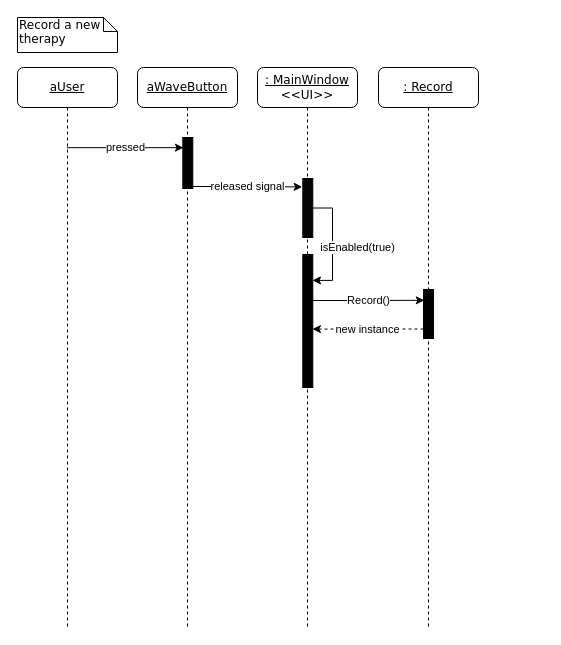
This is Documentation/record_therapy.drawio from Hall-Andrew/CESDEVICE-3004FinalProject, a draw.io file, before an edit. Source tidied: cells renumbered, new cells numbered last; positions are measured from the earlier drawing's top-left corner, leaving out a move shared by most shapes. Both pictures are drawn from the tidied source at 100%, with x=0, y=0 at pixel (17, 17).
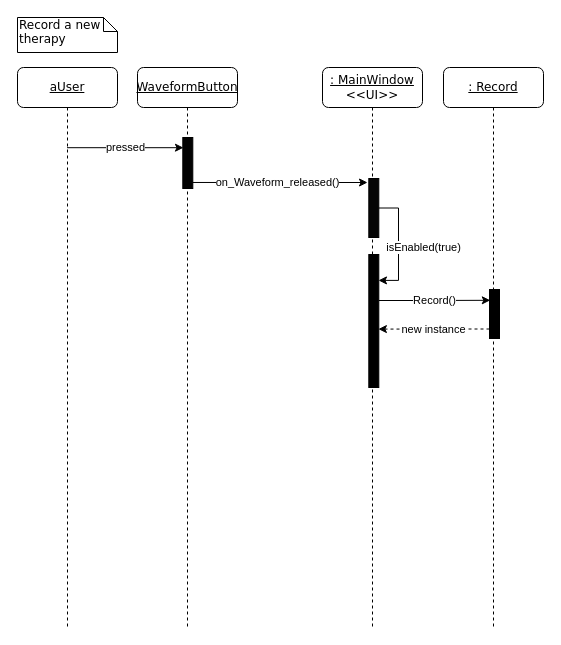
Above is the later version.

The change refers to these unchanged cells:
```xml
<mxCell id="8" style="html=1;points=[];perimeter=orthogonalPerimeter;rounded=0;shadow=0;comic=0;labelBackgroundColor=none;strokeWidth=1;fontFamily=Verdana;fontSize=12;align=center;strokeColor=#000000;fillColor=#030303;" parent="5" vertex="1">
  <mxGeometry x="45.3" y="70" width="10" height="51" as="geometry" />
</mxCell>
```

Change to the diagram source:
```diff
@@
     <mxCell id="2" value="&lt;u&gt;: MainWindow&lt;/u&gt;&lt;br&gt;&amp;lt;&amp;lt;UI&amp;gt;&amp;gt;" style="shape=umlLifeline;perimeter=lifelinePerimeter;whiteSpace=wrap;html=1;rounded=1;shadow=0;comic=0;labelBackgroundColor=none;strokeWidth=1;fontFamily=Verdana;fontSize=12;align=center;" parent="1" vertex="1">
-      <mxGeometry x="240" y="50" width="100" height="560" as="geometry" />
+      <mxGeometry x="305" y="50" width="100" height="560" as="geometry" />
     </mxCell>
@@
-    <mxCell id="5" value="&lt;u&gt;aWaveButton&lt;/u&gt;" style="shape=umlLifeline;perimeter=lifelinePerimeter;whiteSpace=wrap;html=1;rounded=1;shadow=0;comic=0;labelBackgroundColor=none;strokeWidth=1;fontFamily=Verdana;fontSize=12;align=center;" parent="1" vertex="1">
+    <mxCell id="5" value="&lt;u&gt;WaveformButton&lt;/u&gt;" style="shape=umlLifeline;perimeter=lifelinePerimeter;whiteSpace=wrap;html=1;rounded=1;shadow=0;comic=0;labelBackgroundColor=none;strokeWidth=1;fontFamily=Verdana;fontSize=12;align=center;" parent="1" vertex="1">
       <mxGeometry x="120" y="50" width="100" height="560" as="geometry" />
     </mxCell>
     <mxCell id="6" value="isEnabled(true)" style="edgeStyle=orthogonalEdgeStyle;rounded=0;orthogonalLoop=1;jettySize=auto;html=1;entryX=0.967;entryY=0.195;entryDx=0;entryDy=0;entryPerimeter=0;" parent="5" edge="1">
       <mxGeometry x="0.06" y="25" relative="1" as="geometry">
-        <mxPoint x="175.3" y="140.5" as="sourcePoint" />
-        <mxPoint x="175" y="212.9" as="targetPoint" />
+        <mxPoint x="241.3" y="140.5" as="sourcePoint" />
+        <mxPoint x="241" y="212.9" as="targetPoint" />
         <Array as="points">
-          <mxPoint x="195" y="140" />
-          <mxPoint x="195" y="213" />
+          <mxPoint x="261" y="140" />
+          <mxPoint x="261" y="213" />
         </Array>
       </mxGeometry>
     </mxCell>
     <mxCell id="7" style="html=1;perimeter=orthogonalPerimeter;rounded=0;shadow=0;comic=0;labelBackgroundColor=none;strokeWidth=1;fontFamily=Verdana;fontSize=12;align=center;fillColor=#050505;" parent="5" vertex="1">
-      <mxGeometry x="165.3" y="111" width="10" height="59" as="geometry" />
+      <mxGeometry x="231.3" y="111" width="10" height="59" as="geometry" />
     </mxCell>
@@
-    <mxCell id="9" value="released signal" style="edgeStyle=orthogonalEdgeStyle;rounded=0;orthogonalLoop=1;jettySize=auto;html=1;entryX=-0.06;entryY=0.067;entryDx=0;entryDy=0;entryPerimeter=0;" parent="5" edge="1">
-      <mxGeometry relative="1" as="geometry">
-        <mxPoint x="55.3" y="119" as="sourcePoint" />
-        <mxPoint x="164.7" y="119.4" as="targetPoint" />
-        <Array as="points">
-          <mxPoint x="80.3" y="119" />
-          <mxPoint x="80.3" y="119" />
-        </Array>
-      </mxGeometry>
-    </mxCell>
     <mxCell id="10" style="html=1;perimeter=orthogonalPerimeter;rounded=0;shadow=0;comic=0;labelBackgroundColor=none;strokeWidth=1;fontFamily=Verdana;fontSize=12;align=center;fillColor=#000000;" parent="5" vertex="1">
-      <mxGeometry x="165.3" y="187" width="10" height="133" as="geometry" />
+      <mxGeometry x="231.3" y="187" width="10" height="133" as="geometry" />
     </mxCell>
@@
     <mxCell id="12" value="&lt;u&gt;: Record&lt;/u&gt;" style="shape=umlLifeline;perimeter=lifelinePerimeter;whiteSpace=wrap;html=1;rounded=1;shadow=0;comic=0;labelBackgroundColor=none;strokeWidth=1;fontFamily=Verdana;fontSize=12;align=center;" parent="1" vertex="1">
-      <mxGeometry x="361" y="50" width="100" height="560" as="geometry" />
+      <mxGeometry x="426" y="50" width="100" height="560" as="geometry" />
     </mxCell>
     <mxCell id="13" style="html=1;perimeter=orthogonalPerimeter;rounded=0;shadow=0;comic=0;labelBackgroundColor=none;strokeWidth=1;fontFamily=Verdana;fontSize=12;align=center;fillColor=#000000;" parent="12" vertex="1">
-      <mxGeometry x="45" y="222" width="10" height="49" as="geometry" />
+      <mxGeometry x="46" y="222" width="10" height="49" as="geometry" />
     </mxCell>
     <mxCell id="14" value="Record()" style="edgeStyle=orthogonalEdgeStyle;rounded=0;orthogonalLoop=1;jettySize=auto;html=1;entryX=0.08;entryY=0.27;entryDx=0;entryDy=0;entryPerimeter=0;" parent="1" edge="1">
       <mxGeometry relative="1" as="geometry">
-        <mxPoint x="295.3" y="283" as="sourcePoint" />
-        <mxPoint x="406.8" y="282.8" as="targetPoint" />
+        <mxPoint x="361.3" y="283" as="sourcePoint" />
+        <mxPoint x="472.8" y="282.8" as="targetPoint" />
         <Array as="points">
-          <mxPoint x="340" y="283" />
-          <mxPoint x="340" y="283" />
+          <mxPoint x="406" y="283" />
+          <mxPoint x="406" y="283" />
         </Array>
       </mxGeometry>
     </mxCell>
     <mxCell id="15" value="new instance" style="edgeStyle=orthogonalEdgeStyle;rounded=0;orthogonalLoop=1;jettySize=auto;html=1;entryX=0.956;entryY=0.249;entryDx=0;entryDy=0;entryPerimeter=0;dashed=1;" parent="1" edge="1">
       <mxGeometry relative="1" as="geometry">
-        <mxPoint x="406" y="311.5" as="sourcePoint" />
-        <mxPoint x="294.9" y="311.6" as="targetPoint" />
+        <mxPoint x="472" y="311.5" as="sourcePoint" />
+        <mxPoint x="360.9" y="311.6" as="targetPoint" />
         <Array as="points">
-          <mxPoint x="350" y="312" />
-          <mxPoint x="295" y="312" />
+          <mxPoint x="416" y="312" />
+          <mxPoint x="361" y="312" />
         </Array>
       </mxGeometry>
     </mxCell>
+    <mxCell id="16" value="on_Waveform_released()" style="endArrow=classic;html=1;rounded=0;exitX=0.967;exitY=0.882;exitDx=0;exitDy=0;exitPerimeter=0;" parent="1" edge="1" source="8">
+      <mxGeometry x="-0.03" relative="1" as="geometry">
+        <mxPoint x="350" y="165" as="targetPoint" />
+      </mxGeometry>
+    </mxCell>
```
